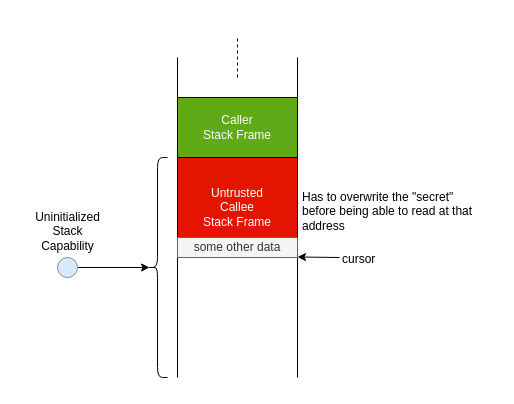
Before: drawio/secret-on-stack-cursor-post-secret.drawio in capt-hb/thesis, a draw.io diagram. Source tidied: cells renumbered, new cells numbered last; positions are measured from the earlier drawing's top-left corner, leaving out a move shared by most shapes. Both pictures are drawn from the tidied source at 100%, with x=0, y=0 at pixel (27, 37).
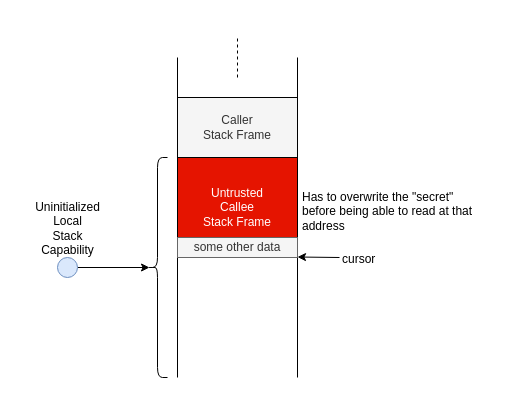
After the change.

Diff of the diagram source:
```diff
@@
 <mxGraphModel>
   <root>
     <mxCell id="0" />
     <mxCell id="1" parent="0" />
     <mxCell id="2" style="endArrow=none;html=1;" parent="1" edge="1">
       <mxGeometry relative="1" as="geometry">
         <mxPoint x="150" y="340" as="sourcePoint" />
         <mxPoint x="150" y="20" as="targetPoint" />
       </mxGeometry>
     </mxCell>
     <mxCell id="3" style="endArrow=none;html=1;" parent="1" edge="1">
       <mxGeometry relative="1" as="geometry">
         <mxPoint x="270" y="340" as="sourcePoint" />
         <mxPoint x="270" y="20" as="targetPoint" />
       </mxGeometry>
     </mxCell>
     <mxCell id="4" style="endArrow=none;dashed=1;html=1;" parent="1" edge="1">
       <mxGeometry relative="1" as="geometry">
         <mxPoint x="210" y="40" as="sourcePoint" />
         <mxPoint x="210" as="targetPoint" />
       </mxGeometry>
     </mxCell>
-    <mxCell id="5" value="Caller&lt;br&gt;Stack Frame" style="rounded=0;whiteSpace=wrap;html=1;strokeColor=#000000;align=center;fillColor=#60a917;fontColor=#ffffff;" parent="1" vertex="1">
+    <mxCell id="5" value="Caller&lt;br&gt;Stack Frame" style="rounded=0;whiteSpace=wrap;html=1;strokeColor=#000000;align=center;fillColor=#f5f5f5;fontColor=#333333;" parent="1" vertex="1">
       <mxGeometry x="150" y="60" width="120" height="60" as="geometry" />
     </mxCell>
     <mxCell id="6" value="Untrusted&lt;br&gt;Callee&lt;br&gt;Stack Frame" style="rounded=0;whiteSpace=wrap;html=1;strokeColor=#000000;align=center;fillColor=#e51400;fontColor=#ffffff;" parent="1" vertex="1">
       <mxGeometry x="150" y="120" width="120" height="100" as="geometry" />
     </mxCell>
     <mxCell id="7" style="edgeStyle=orthogonalEdgeStyle;rounded=0;jettySize=auto;html=1;entryX=0.1;entryY=0.5;entryDx=0;entryDy=0;entryPerimeter=0;" parent="1" edge="1" source="8" target="9">
       <mxGeometry relative="1" as="geometry" />
     </mxCell>
     <mxCell id="8" style="ellipse;whiteSpace=wrap;html=1;strokeColor=#6c8ebf;align=center;fillColor=#dae8fc;" parent="1" vertex="1">
       <mxGeometry x="30" y="220" width="20" height="20" as="geometry" />
     </mxCell>
     <mxCell id="9" style="shape=curlyBracket;whiteSpace=wrap;html=1;rounded=1;strokeColor=#000000;align=center;" parent="1" vertex="1">
       <mxGeometry x="120" y="120" width="20" height="220" as="geometry" />
     </mxCell>
-    <mxCell id="10" value="Uninitialized&lt;br&gt;Stack&lt;br&gt;Capability" style="text;html=1;align=center;verticalAlign=top;spacingTop=-4;" parent="1" vertex="1">
-      <mxGeometry y="170" width="80" height="40" as="geometry" />
+    <mxCell id="10" value="Uninitialized&lt;br&gt;Local&lt;br&gt;Stack&lt;br&gt;Capability" style="text;html=1;align=center;verticalAlign=top;spacingTop=-4;" parent="1" vertex="1">
+      <mxGeometry y="160" width="80" height="60" as="geometry" />
     </mxCell>
     <mxCell id="11" style="endArrow=classic;html=1;entryX=0.983;entryY=-0.074;entryDx=0;entryDy=0;entryPerimeter=0;" parent="1" edge="1">
       <mxGeometry relative="1" as="geometry">
         <mxPoint x="312" y="220" as="sourcePoint" />
         <mxPoint x="270" y="219.5" as="targetPoint" />
       </mxGeometry>
     </mxCell>
     <mxCell id="12" value="cursor" style="text;html=1;align=left;verticalAlign=top;spacingTop=-4;" parent="1" vertex="1">
       <mxGeometry x="313" y="212" width="50" height="20" as="geometry" />
     </mxCell>
     <mxCell id="13" value="Has to overwrite the &quot;secret&quot;&lt;br&gt;before being able to read at that&lt;br&gt;address" style="text;html=1;align=left;verticalAlign=top;spacingTop=-4;" parent="1" vertex="1">
       <mxGeometry x="273" y="150" width="180" height="40" as="geometry" />
     </mxCell>
     <mxCell id="14" value="some other data" style="rounded=0;whiteSpace=wrap;html=1;strokeColor=#666666;align=center;fillColor=#f5f5f5;fontColor=#333333;" parent="1" vertex="1">
       <mxGeometry x="150" y="200" width="120" height="20" as="geometry" />
     </mxCell>
+    <mxCell id="15" style="rounded=0;whiteSpace=wrap;html=1;strokeColor=none;fillColor=none;fontSize=12;" parent="1" vertex="1">
+      <mxGeometry x="-10" y="-20" width="480" height="370" as="geometry" />
+    </mxCell>
   </root>
 </mxGraphModel>
```
